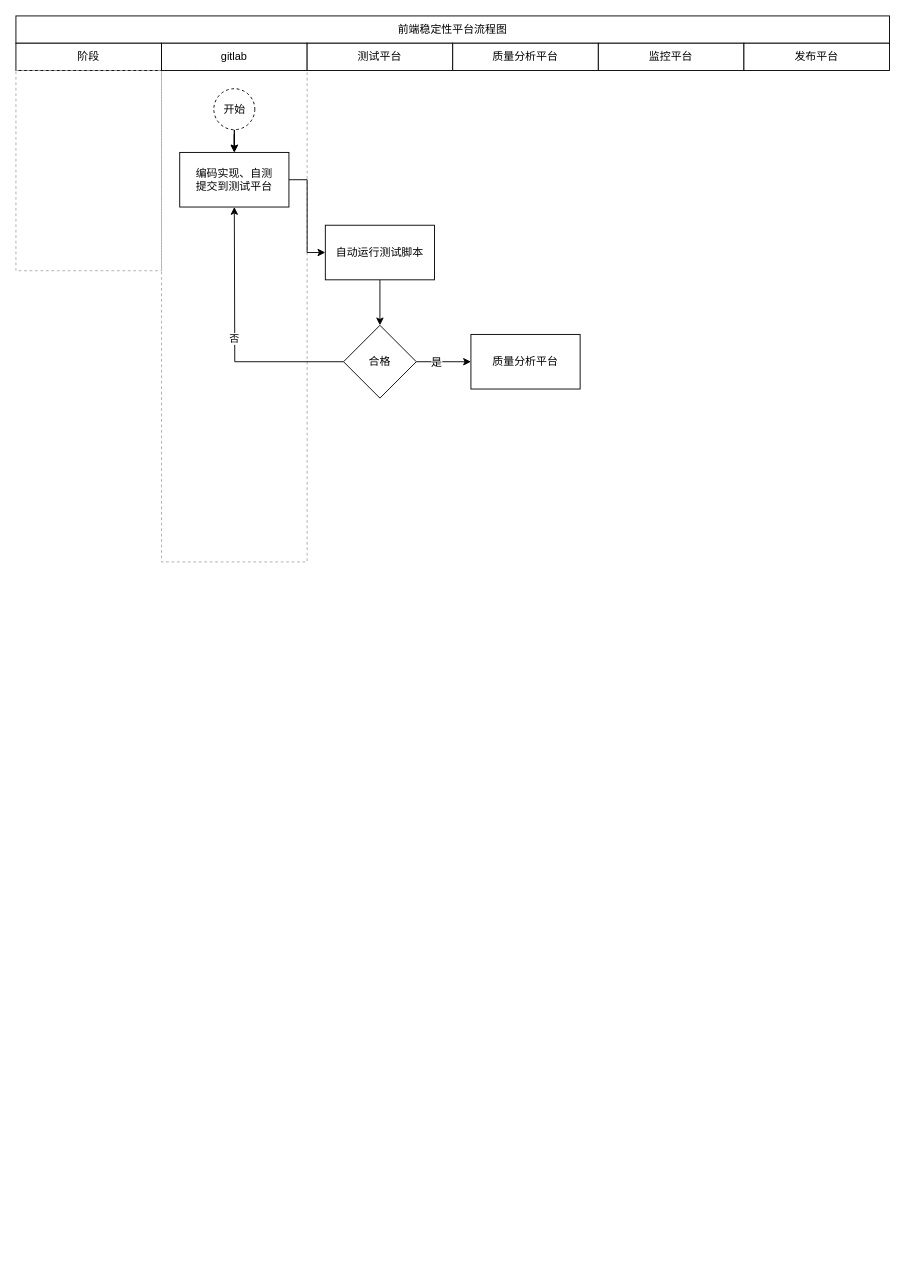
This is 前端稳定性平台流程图.drawio from zhaozailin/blog, a draw.io file, before an edit. Source tidied: cells renumbered, new cells numbered last; positions are measured from the earlier drawing's top-left corner, leaving out a move shared by most shapes. Both pictures are drawn from the tidied source at 91%, with x=0, y=0 at pixel (15, 15).
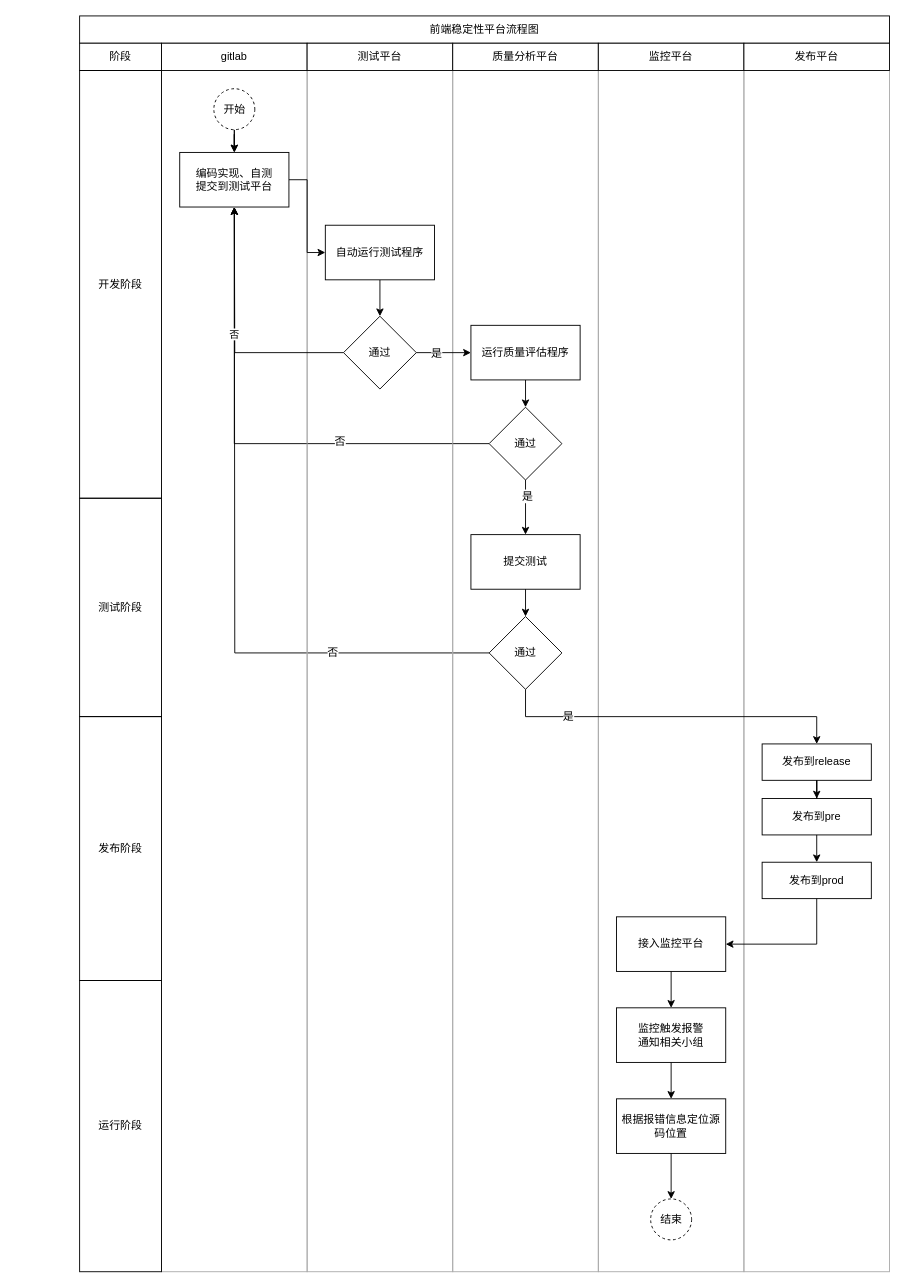
Above is the later version.

Commit message:
Update 前端稳定性平台流程图.drawio

Unchanged cells that the change refers to:
```xml
<mxCell id="14" value="编码实现、自测&lt;br&gt;提交到测试平台" style="rounded=0;whiteSpace=wrap;html=1;" parent="1" vertex="1">
  <mxGeometry x="180" y="150" width="120" height="60" as="geometry" />
</mxCell>
```

What changed in the source:
```diff
@@
+    <mxCell id="23" style="rounded=0;whiteSpace=wrap;html=1;strokeColor=none;fillColor=none;gradientColor=none;" parent="1" vertex="1">
+      <mxGeometry x="160" y="770" width="800" height="510" as="geometry" />
+    </mxCell>
+    <mxCell id="24" style="rounded=0;whiteSpace=wrap;html=1;gradientColor=none;fillColor=none;strokeColor=#aaa;" parent="1" vertex="1">
+      <mxGeometry x="800" y="60" width="160" height="1320" as="geometry" />
+    </mxCell>
+    <mxCell id="25" style="rounded=0;whiteSpace=wrap;html=1;gradientColor=none;fillColor=none;strokeColor=#aaa;" parent="1" vertex="1">
+      <mxGeometry x="640" y="60" width="160" height="1320" as="geometry" />
+    </mxCell>
+    <mxCell id="26" style="rounded=0;whiteSpace=wrap;html=1;strokeColor=none;fillColor=none;gradientColor=none;" parent="1" vertex="1">
+      <mxGeometry x="160" y="530" width="800" height="240" as="geometry" />
+    </mxCell>
+    <mxCell id="27" style="edgeStyle=orthogonalEdgeStyle;rounded=0;jettySize=auto;html=1;exitX=0;exitY=0.5;exitDx=0;exitDy=0;" parent="1" edge="1" source="46">
+      <mxGeometry relative="1" as="geometry">
+        <mxPoint x="240" y="210" as="targetPoint" />
+      </mxGeometry>
+    </mxCell>
+    <mxCell id="28" value="否" style="text;html=1;align=center;verticalAlign=middle;labelBackgroundColor=#ffffff;" parent="27" vertex="1">
+      <mxGeometry x="-0.55" y="-1" relative="1" as="geometry" />
+    </mxCell>
-    <mxCell id="2" style="rounded=0;whiteSpace=wrap;html=1;gradientColor=none;fillColor=none;dashed=1;strokeColor=#aaa;" parent="1" vertex="1">
-      <mxGeometry x="160" y="60" width="160" height="540" as="geometry" />
+    <mxCell id="2" style="rounded=0;whiteSpace=wrap;html=1;gradientColor=none;fillColor=none;strokeColor=#aaa;" parent="1" vertex="1">
+      <mxGeometry x="160" y="60" width="160" height="1320" as="geometry" />
     </mxCell>
+    <mxCell id="29" style="rounded=0;whiteSpace=wrap;html=1;strokeColor=none;fillColor=none;gradientColor=none;" parent="1" vertex="1">
+      <mxGeometry x="160" y="60" width="800" height="470" as="geometry" />
+    </mxCell>
+    <mxCell id="30" style="rounded=0;whiteSpace=wrap;html=1;gradientColor=none;fillColor=none;strokeColor=#aaa;" parent="1" vertex="1">
+      <mxGeometry x="480" y="60" width="160" height="1320" as="geometry" />
+    </mxCell>
+    <mxCell id="31" style="edgeStyle=orthogonalEdgeStyle;rounded=0;jettySize=auto;html=1;exitX=0;exitY=0.5;exitDx=0;exitDy=0;entryX=0.5;entryY=1;entryDx=0;entryDy=0;" parent="1" edge="1" source="37" target="14">
+      <mxGeometry relative="1" as="geometry" />
+    </mxCell>
+    <mxCell id="32" value="否" style="text;html=1;align=center;verticalAlign=middle;labelBackgroundColor=#ffffff;" parent="31" vertex="1">
+      <mxGeometry x="-0.39" y="-3" relative="1" as="geometry" />
+    </mxCell>
+    <mxCell id="33" style="rounded=0;whiteSpace=wrap;html=1;gradientColor=none;fillColor=none;strokeColor=#aaa;" parent="1" vertex="1">
+      <mxGeometry x="320" y="60" width="160" height="1320" as="geometry" />
+    </mxCell>
     <mxCell id="3" value="前端稳定性平台流程图" style="rounded=0;whiteSpace=wrap;html=1;" parent="1" vertex="1">
-      <mxGeometry width="960" height="30" as="geometry" />
+      <mxGeometry x="70" width="890" height="30" as="geometry" />
     </mxCell>
     <mxCell id="4" value="阶段" style="rounded=0;whiteSpace=wrap;html=1;" parent="1" vertex="1">
-      <mxGeometry y="30" width="160" height="30" as="geometry" />
+      <mxGeometry x="70" y="30" width="90" height="30" as="geometry" />
     </mxCell>
@@
-    <mxCell id="16" value="自动运行测试脚本" style="rounded=0;whiteSpace=wrap;html=1;" parent="1" vertex="1">
+    <mxCell id="16" value="自动运行测试程序" style="rounded=0;whiteSpace=wrap;html=1;" parent="1" vertex="1">
       <mxGeometry x="340" y="230" width="120" height="60" as="geometry" />
     </mxCell>
@@
-    <mxCell id="20" value="合格" style="rhombus;whiteSpace=wrap;html=1;" parent="1" vertex="1">
-      <mxGeometry x="360" y="340" width="80" height="80" as="geometry" />
+    <mxCell id="20" value="通过" style="rhombus;whiteSpace=wrap;html=1;" parent="1" vertex="1">
+      <mxGeometry x="360" y="330" width="80" height="80" as="geometry" />
     </mxCell>
+    <mxCell id="34" style="edgeStyle=orthogonalEdgeStyle;rounded=0;jettySize=auto;html=1;exitX=0.5;exitY=1;exitDx=0;exitDy=0;entryX=0.5;entryY=0;entryDx=0;entryDy=0;" parent="1" edge="1" source="21" target="37">
+      <mxGeometry relative="1" as="geometry" />
+    </mxCell>
-    <mxCell id="21" value="质量分析平台" style="rounded=0;whiteSpace=wrap;html=1;" parent="1" vertex="1">
-      <mxGeometry x="500" y="350" width="120" height="60" as="geometry" />
+    <mxCell id="21" value="运行质量评估程序" style="rounded=0;whiteSpace=wrap;html=1;" parent="1" vertex="1">
+      <mxGeometry x="500" y="340" width="120" height="60" as="geometry" />
     </mxCell>
-    <mxCell id="22" style="rounded=0;whiteSpace=wrap;html=1;dashed=1;fillColor=none;gradientColor=none;strokeColor=#aaa;" parent="1" vertex="1">
-      <mxGeometry y="60" width="160" height="220" as="geometry" />
+    <mxCell id="22" value="开发阶段" style="rounded=0;whiteSpace=wrap;html=1;fillColor=none;gradientColor=none;strokeColor=#000000;" parent="1" vertex="1">
+      <mxGeometry x="70" y="60" width="90" height="470" as="geometry" />
     </mxCell>
+    <mxCell id="35" style="edgeStyle=orthogonalEdgeStyle;rounded=0;jettySize=auto;html=1;exitX=0.5;exitY=1;exitDx=0;exitDy=0;entryX=0.5;entryY=0;entryDx=0;entryDy=0;" parent="1" edge="1" source="37" target="41">
+      <mxGeometry relative="1" as="geometry" />
+    </mxCell>
+    <mxCell id="36" value="是" style="text;html=1;align=center;verticalAlign=middle;labelBackgroundColor=#ffffff;" parent="35" vertex="1">
+      <mxGeometry x="-0.45" y="1" relative="1" as="geometry" />
+    </mxCell>
+    <mxCell id="37" value="通过" style="rhombus;whiteSpace=wrap;html=1;strokeColor=#000000;fillColor=none;gradientColor=none;" parent="1" vertex="1">
+      <mxGeometry x="520" y="430" width="80" height="80" as="geometry" />
+    </mxCell>
+    <mxCell id="38" style="edgeStyle=orthogonalEdgeStyle;rounded=0;jettySize=auto;html=1;exitX=0.5;exitY=1;exitDx=0;exitDy=0;entryX=0.5;entryY=0;entryDx=0;entryDy=0;" parent="1" edge="1" source="39" target="54">
+      <mxGeometry relative="1" as="geometry" />
+    </mxCell>
+    <mxCell id="39" value="接入监控平台" style="rounded=0;whiteSpace=wrap;html=1;strokeColor=#000000;fillColor=none;gradientColor=none;" parent="1" vertex="1">
+      <mxGeometry x="660" y="990" width="120" height="60" as="geometry" />
+    </mxCell>
+    <mxCell id="40" style="edgeStyle=orthogonalEdgeStyle;rounded=0;jettySize=auto;html=1;exitX=0.5;exitY=1;exitDx=0;exitDy=0;entryX=0.5;entryY=0;entryDx=0;entryDy=0;" parent="1" edge="1" source="41" target="46">
+      <mxGeometry relative="1" as="geometry" />
+    </mxCell>
+    <mxCell id="41" value="提交测试" style="rounded=0;whiteSpace=wrap;html=1;strokeColor=#000000;fillColor=none;gradientColor=none;" parent="1" vertex="1">
+      <mxGeometry x="500" y="570" width="120" height="60" as="geometry" />
+    </mxCell>
+    <mxCell id="42" value="测试阶段" style="rounded=0;whiteSpace=wrap;html=1;strokeColor=#000000;fillColor=none;gradientColor=none;" parent="1" vertex="1">
+      <mxGeometry x="70" y="530" width="90" height="240" as="geometry" />
+    </mxCell>
+    <mxCell id="43" value="发布阶段" style="rounded=0;whiteSpace=wrap;html=1;strokeColor=#000000;fillColor=none;gradientColor=none;" parent="1" vertex="1">
+      <mxGeometry x="70" y="770" width="90" height="290" as="geometry" />
+    </mxCell>
+    <mxCell id="44" style="edgeStyle=orthogonalEdgeStyle;rounded=0;jettySize=auto;html=1;exitX=0.5;exitY=1;exitDx=0;exitDy=0;entryX=0.5;entryY=0;entryDx=0;entryDy=0;" parent="1" edge="1" source="46" target="48">
+      <mxGeometry relative="1" as="geometry" />
+    </mxCell>
+    <mxCell id="45" value="是" style="text;html=1;align=center;verticalAlign=middle;labelBackgroundColor=#ffffff;" parent="44" vertex="1">
+      <mxGeometry x="-0.6" y="1" relative="1" as="geometry" />
+    </mxCell>
+    <mxCell id="46" value="通过" style="rhombus;whiteSpace=wrap;html=1;strokeColor=#000000;fillColor=none;gradientColor=none;" parent="1" vertex="1">
+      <mxGeometry x="520" y="660" width="80" height="80" as="geometry" />
+    </mxCell>
+    <mxCell id="47" style="edgeStyle=orthogonalEdgeStyle;rounded=0;jettySize=auto;html=1;entryX=0.5;entryY=0;entryDx=0;entryDy=0;" parent="1" edge="1" source="48" target="50">
+      <mxGeometry relative="1" as="geometry" />
+    </mxCell>
+    <mxCell id="48" value="发布到release" style="rounded=0;whiteSpace=wrap;html=1;strokeColor=#000000;fillColor=none;gradientColor=none;" parent="1" vertex="1">
+      <mxGeometry x="820" y="800" width="120" height="40" as="geometry" />
+    </mxCell>
+    <mxCell id="49" style="edgeStyle=orthogonalEdgeStyle;rounded=0;jettySize=auto;html=1;exitX=0.5;exitY=1;exitDx=0;exitDy=0;entryX=0.5;entryY=0;entryDx=0;entryDy=0;" parent="1" edge="1" source="50" target="52">
+      <mxGeometry relative="1" as="geometry" />
+    </mxCell>
+    <mxCell id="50" value="发布到pre" style="rounded=0;whiteSpace=wrap;html=1;strokeColor=#000000;fillColor=none;gradientColor=none;" parent="1" vertex="1">
+      <mxGeometry x="820" y="860" width="120" height="40" as="geometry" />
+    </mxCell>
+    <mxCell id="51" style="edgeStyle=orthogonalEdgeStyle;rounded=0;jettySize=auto;html=1;exitX=0.5;exitY=1;exitDx=0;exitDy=0;entryX=1;entryY=0.5;entryDx=0;entryDy=0;" parent="1" edge="1" source="52" target="39">
+      <mxGeometry relative="1" as="geometry" />
+    </mxCell>
+    <mxCell id="52" value="发布到prod" style="rounded=0;whiteSpace=wrap;html=1;strokeColor=#000000;fillColor=none;gradientColor=none;" parent="1" vertex="1">
+      <mxGeometry x="820" y="930" width="120" height="40" as="geometry" />
+    </mxCell>
+    <mxCell id="53" style="edgeStyle=orthogonalEdgeStyle;rounded=0;jettySize=auto;html=1;exitX=0.5;exitY=1;exitDx=0;exitDy=0;" parent="1" edge="1" source="54" target="56">
+      <mxGeometry relative="1" as="geometry" />
+    </mxCell>
+    <mxCell id="54" value="监控触发报警&lt;br&gt;通知相关小组" style="rounded=0;whiteSpace=wrap;html=1;strokeColor=#000000;fillColor=none;gradientColor=none;" parent="1" vertex="1">
+      <mxGeometry x="660" y="1090" width="120" height="60" as="geometry" />
+    </mxCell>
+    <mxCell id="55" style="edgeStyle=orthogonalEdgeStyle;rounded=0;jettySize=auto;html=1;exitX=0.5;exitY=1;exitDx=0;exitDy=0;entryX=0.5;entryY=0;entryDx=0;entryDy=0;" parent="1" edge="1" source="56" target="58">
+      <mxGeometry relative="1" as="geometry" />
+    </mxCell>
+    <mxCell id="56" value="根据报错信息定位源码位置" style="rounded=0;whiteSpace=wrap;html=1;strokeColor=#000000;fillColor=none;gradientColor=none;" parent="1" vertex="1">
+      <mxGeometry x="660" y="1190" width="120" height="60" as="geometry" />
+    </mxCell>
+    <mxCell id="57" value="运行阶段" style="rounded=0;whiteSpace=wrap;html=1;strokeColor=#000000;fillColor=none;gradientColor=none;" parent="1" vertex="1">
+      <mxGeometry x="70" y="1060" width="90" height="320" as="geometry" />
+    </mxCell>
+    <mxCell id="58" value="结束" style="ellipse;whiteSpace=wrap;html=1;dashed=1;" parent="1" vertex="1">
+      <mxGeometry x="697.5" y="1300" width="45" height="45" as="geometry" />
+    </mxCell>
```
